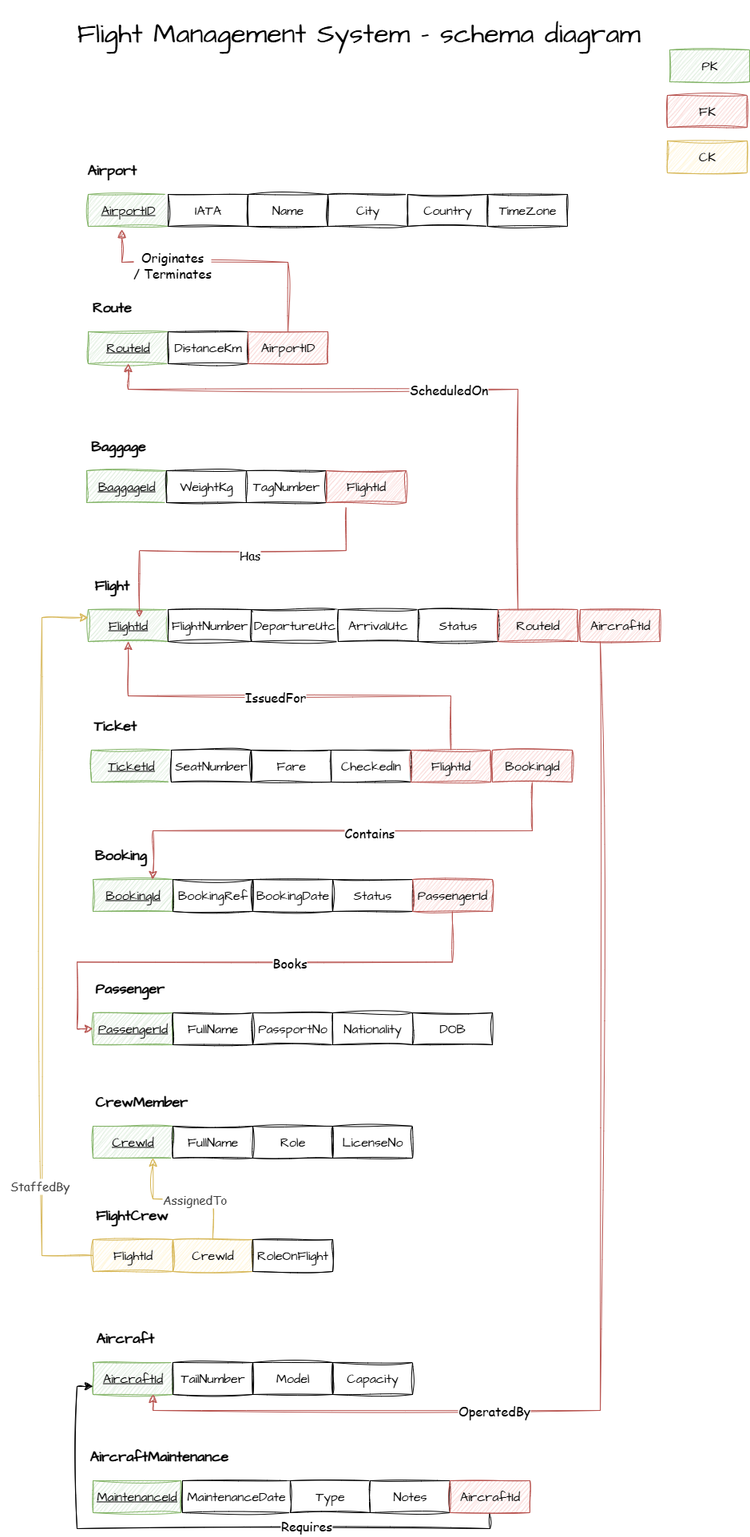
The draw.io diagram Image/FMS-SchemaDiagram.png in MathlaALw/FlightManagementCompany, before a commit. Source tidied: cells renumbered, new cells last; positions are measured from the earlier drawing's top-left corner, leaving out a move shared by most shapes.
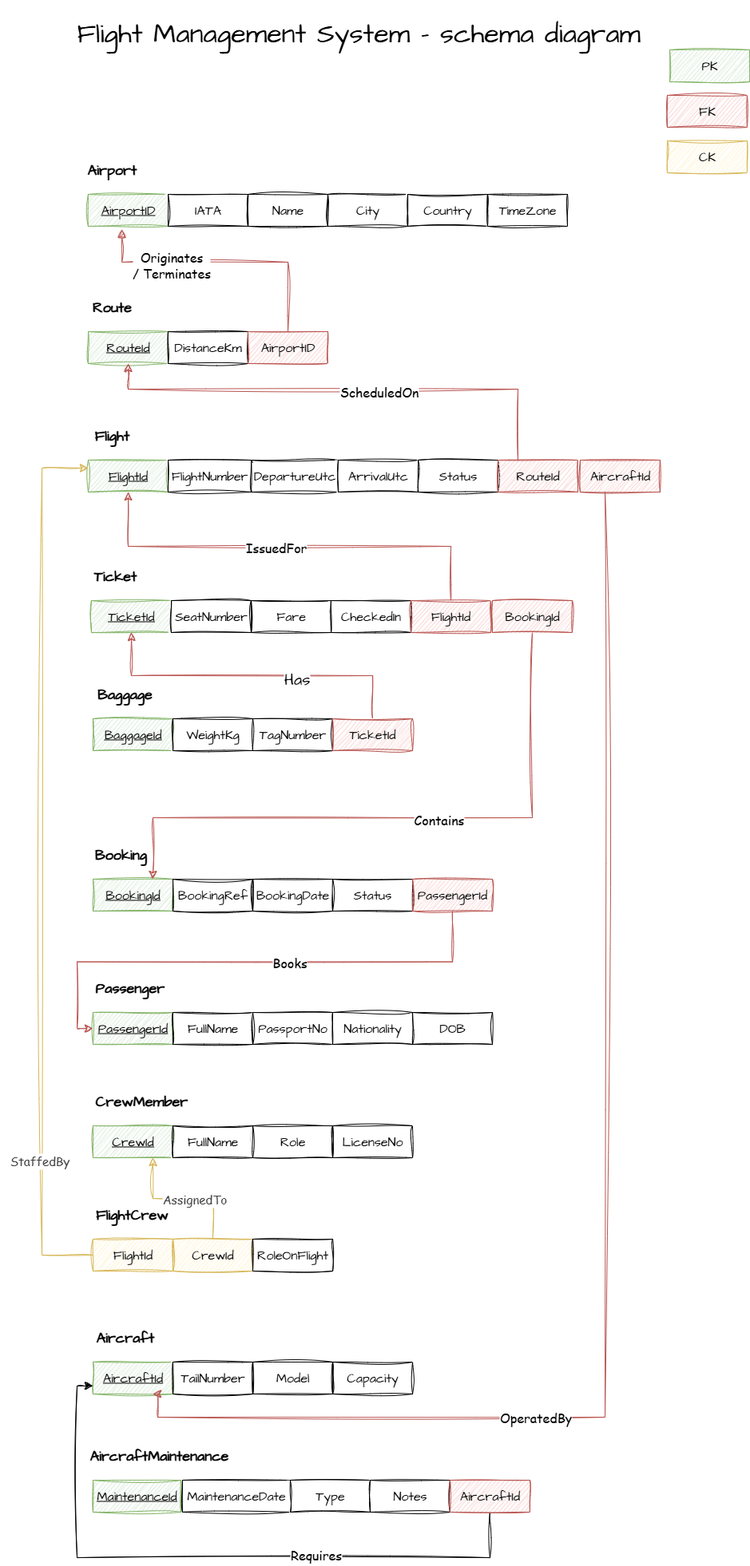
After the commit.

What changed in the source:
```diff
@@ -63,22 +63,22 @@
       <mxGeometry x="110" y="369" width="60" height="30" as="geometry" />
     </mxCell>
     <mxCell id="22" value="FlightId" style="whiteSpace=wrap;html=1;align=center;sketch=1;hachureGap=4;jiggle=2;curveFitting=1;fontFamily=Architects Daughter;fontSource=https%3A%2F%2Ffonts.googleapis.com%2Fcss%3Ffamily%3DArchitects%2BDaughter;fontSize=16;fontStyle=4;fillColor=#d5e8d4;strokeColor=#82b366;" parent="1" vertex="1">
-      <mxGeometry x="110" y="763" width="100" height="40" as="geometry" />
+      <mxGeometry x="110" y="576" width="100" height="40" as="geometry" />
     </mxCell>
     <mxCell id="23" value="FlightNumber" style="whiteSpace=wrap;html=1;align=center;sketch=1;hachureGap=4;jiggle=2;curveFitting=1;fontFamily=Architects Daughter;fontSource=https%3A%2F%2Ffonts.googleapis.com%2Fcss%3Ffamily%3DArchitects%2BDaughter;fontSize=16;" parent="1" vertex="1">
-      <mxGeometry x="210" y="763" width="104" height="40" as="geometry" />
+      <mxGeometry x="210" y="576" width="104" height="40" as="geometry" />
     </mxCell>
     <mxCell id="24" value="DepartureUtc" style="whiteSpace=wrap;html=1;align=center;sketch=1;hachureGap=4;jiggle=2;curveFitting=1;fontFamily=Architects Daughter;fontSource=https%3A%2F%2Ffonts.googleapis.com%2Fcss%3Ffamily%3DArchitects%2BDaughter;fontSize=16;" parent="1" vertex="1">
-      <mxGeometry x="314" y="763" width="109" height="40" as="geometry" />
+      <mxGeometry x="314" y="576" width="109" height="40" as="geometry" />
     </mxCell>
     <mxCell id="25" value="ArrivalUtc" style="whiteSpace=wrap;html=1;align=center;sketch=1;hachureGap=4;jiggle=2;curveFitting=1;fontFamily=Architects Daughter;fontSource=https%3A%2F%2Ffonts.googleapis.com%2Fcss%3Ffamily%3DArchitects%2BDaughter;fontSize=16;" parent="1" vertex="1">
-      <mxGeometry x="423" y="763" width="100" height="40" as="geometry" />
+      <mxGeometry x="423" y="576" width="100" height="40" as="geometry" />
     </mxCell>
     <mxCell id="26" value="Status" style="whiteSpace=wrap;html=1;align=center;sketch=1;hachureGap=4;jiggle=2;curveFitting=1;fontFamily=Architects Daughter;fontSource=https%3A%2F%2Ffonts.googleapis.com%2Fcss%3Ffamily%3DArchitects%2BDaughter;fontSize=16;" parent="1" vertex="1">
-      <mxGeometry x="523" y="763" width="100" height="40" as="geometry" />
+      <mxGeometry x="523" y="576" width="100" height="40" as="geometry" />
     </mxCell>
     <mxCell id="27" value="&lt;font style=&quot;font-size: 18px;&quot;&gt;Flight&lt;/font&gt;" style="text;html=1;align=center;verticalAlign=middle;whiteSpace=wrap;rounded=0;fontFamily=Architects Daughter;fontSource=https%3A%2F%2Ffonts.googleapis.com%2Fcss%3Ffamily%3DArchitects%2BDaughter;fontSize=16;fontStyle=1;" parent="1" vertex="1">
-      <mxGeometry x="110" y="717" width="60" height="30" as="geometry" />
+      <mxGeometry x="110" y="530" width="60" height="30" as="geometry" />
     </mxCell>
     <mxCell id="28" value="PassengerId" style="whiteSpace=wrap;html=1;align=center;sketch=1;hachureGap=4;jiggle=2;curveFitting=1;fontFamily=Architects Daughter;fontSource=https%3A%2F%2Ffonts.googleapis.com%2Fcss%3Ffamily%3DArchitects%2BDaughter;fontSize=16;fontStyle=4;fillColor=#d5e8d4;strokeColor=#82b366;" parent="1" vertex="1">
       <mxGeometry x="116" y="1268" width="100" height="40" as="geometry" />
@@ -114,31 +114,31 @@
       <mxGeometry x="116" y="1055" width="70" height="30" as="geometry" />
     </mxCell>
     <mxCell id="39" value="TicketId" style="whiteSpace=wrap;html=1;align=center;sketch=1;hachureGap=4;jiggle=2;curveFitting=1;fontFamily=Architects Daughter;fontSource=https%3A%2F%2Ffonts.googleapis.com%2Fcss%3Ffamily%3DArchitects%2BDaughter;fontSize=16;fontStyle=4;fillColor=#d5e8d4;strokeColor=#82b366;" parent="1" vertex="1">
-      <mxGeometry x="114" y="939" width="100" height="40" as="geometry" />
+      <mxGeometry x="114" y="752" width="100" height="40" as="geometry" />
     </mxCell>
     <mxCell id="40" value="SeatNumber" style="whiteSpace=wrap;html=1;align=center;sketch=1;hachureGap=4;jiggle=2;curveFitting=1;fontFamily=Architects Daughter;fontSource=https%3A%2F%2Ffonts.googleapis.com%2Fcss%3Ffamily%3DArchitects%2BDaughter;fontSize=16;" parent="1" vertex="1">
-      <mxGeometry x="214" y="939" width="100" height="40" as="geometry" />
+      <mxGeometry x="214" y="752" width="100" height="40" as="geometry" />
     </mxCell>
     <mxCell id="41" value="Fare" style="whiteSpace=wrap;html=1;align=center;sketch=1;hachureGap=4;jiggle=2;curveFitting=1;fontFamily=Architects Daughter;fontSource=https%3A%2F%2Ffonts.googleapis.com%2Fcss%3Ffamily%3DArchitects%2BDaughter;fontSize=16;" parent="1" vertex="1">
-      <mxGeometry x="314" y="939" width="100" height="40" as="geometry" />
+      <mxGeometry x="314" y="752" width="100" height="40" as="geometry" />
     </mxCell>
     <mxCell id="42" value="CheckedIn" style="whiteSpace=wrap;html=1;align=center;sketch=1;hachureGap=4;jiggle=2;curveFitting=1;fontFamily=Architects Daughter;fontSource=https%3A%2F%2Ffonts.googleapis.com%2Fcss%3Ffamily%3DArchitects%2BDaughter;fontSize=16;" parent="1" vertex="1">
-      <mxGeometry x="414" y="939" width="100" height="40" as="geometry" />
+      <mxGeometry x="414" y="752" width="100" height="40" as="geometry" />
     </mxCell>
     <mxCell id="43" value="&lt;font style=&quot;font-size: 18px;&quot;&gt;Ticket&lt;/font&gt;" style="text;html=1;align=center;verticalAlign=middle;whiteSpace=wrap;rounded=0;fontFamily=Architects Daughter;fontSource=https%3A%2F%2Ffonts.googleapis.com%2Fcss%3Ffamily%3DArchitects%2BDaughter;fontSize=16;fontStyle=1;" parent="1" vertex="1">
-      <mxGeometry x="114" y="893" width="60" height="30" as="geometry" />
+      <mxGeometry x="114" y="706" width="60" height="30" as="geometry" />
     </mxCell>
     <mxCell id="44" value="BaggageId" style="whiteSpace=wrap;html=1;align=center;sketch=1;hachureGap=4;jiggle=2;curveFitting=1;fontFamily=Architects Daughter;fontSource=https%3A%2F%2Ffonts.googleapis.com%2Fcss%3Ffamily%3DArchitects%2BDaughter;fontSize=16;fontStyle=4;fillColor=#d5e8d4;strokeColor=#82b366;" parent="1" vertex="1">
-      <mxGeometry x="108" y="589" width="100" height="40" as="geometry" />
+      <mxGeometry x="116" y="900" width="100" height="40" as="geometry" />
     </mxCell>
     <mxCell id="45" value="WeightKg" style="whiteSpace=wrap;html=1;align=center;sketch=1;hachureGap=4;jiggle=2;curveFitting=1;fontFamily=Architects Daughter;fontSource=https%3A%2F%2Ffonts.googleapis.com%2Fcss%3Ffamily%3DArchitects%2BDaughter;fontSize=16;" parent="1" vertex="1">
-      <mxGeometry x="208" y="589" width="100" height="40" as="geometry" />
+      <mxGeometry x="216" y="900" width="100" height="40" as="geometry" />
     </mxCell>
     <mxCell id="46" value="TagNumber" style="whiteSpace=wrap;html=1;align=center;sketch=1;hachureGap=4;jiggle=2;curveFitting=1;fontFamily=Architects Daughter;fontSource=https%3A%2F%2Ffonts.googleapis.com%2Fcss%3Ffamily%3DArchitects%2BDaughter;fontSize=16;" parent="1" vertex="1">
-      <mxGeometry x="308" y="589" width="100" height="40" as="geometry" />
+      <mxGeometry x="316" y="900" width="100" height="40" as="geometry" />
     </mxCell>
     <mxCell id="47" value="&lt;font style=&quot;font-size: 18px;&quot;&gt;Baggage&lt;/font&gt;" style="text;html=1;align=center;verticalAlign=middle;whiteSpace=wrap;rounded=0;fontFamily=Architects Daughter;fontSource=https%3A%2F%2Ffonts.googleapis.com%2Fcss%3Ffamily%3DArchitects%2BDaughter;fontSize=16;fontStyle=1;" parent="1" vertex="1">
-      <mxGeometry x="108" y="543" width="80" height="30" as="geometry" />
+      <mxGeometry x="116" y="854" width="80" height="30" as="geometry" />
     </mxCell>
     <mxCell id="48" value="MaintenanceId" style="whiteSpace=wrap;html=1;align=center;sketch=1;hachureGap=4;jiggle=2;curveFitting=1;fontFamily=Architects Daughter;fontSource=https%3A%2F%2Ffonts.googleapis.com%2Fcss%3Ffamily%3DArchitects%2BDaughter;fontSize=16;fontStyle=4;fillColor=#d5e8d4;strokeColor=#82b366;" parent="1" vertex="1">
       <mxGeometry x="116" y="1854" width="110" height="40" as="geometry" />
@@ -159,7 +159,7 @@
       <mxGeometry relative="1" as="geometry">
         <Array as="points">
           <mxPoint x="52" y="1572" />
-          <mxPoint x="52" y="773" />
+          <mxPoint x="52" y="586" />
         </Array>
       </mxGeometry>
     </mxCell>
@@ -206,14 +206,21 @@
     </mxCell>
     <mxCell id="66" value="&lt;span style=&quot;font-size: 16px; text-wrap-mode: wrap;&quot;&gt;ScheduledOn&lt;/span&gt;" style="edgeLabel;html=1;align=center;verticalAlign=middle;fontSize=12;sketch=1;hachureGap=4;jiggle=2;curveFitting=1;fontFamily=Comic Sans MS;labelBackgroundColor=default;" parent="65" vertex="1">
       <mxGeometry x="-0.49" y="3" relative="1" as="geometry">
-        <mxPoint x="-85" y="-72" as="offset" />
+        <mxPoint x="-108" y="-1" as="offset" />
       </mxGeometry>
     </mxCell>
     <mxCell id="67" value="RouteId" style="whiteSpace=wrap;html=1;align=center;sketch=1;hachureGap=4;jiggle=2;curveFitting=1;fontFamily=Architects Daughter;fontSource=https%3A%2F%2Ffonts.googleapis.com%2Fcss%3Ffamily%3DArchitects%2BDaughter;fontSize=16;fontStyle=0;fillColor=#f8cecc;strokeColor=#b85450;" parent="1" vertex="1">
-      <mxGeometry x="623" y="763" width="100" height="40" as="geometry" />
+      <mxGeometry x="623" y="576" width="100" height="40" as="geometry" />
     </mxCell>
-    <mxCell id="68" style="edgeStyle=orthogonalEdgeStyle;rounded=0;sketch=1;hachureGap=4;jiggle=2;curveFitting=1;jettySize=auto;html=1;exitX=0.25;exitY=1;exitDx=0;exitDy=0;entryX=0.75;entryY=1;entryDx=0;entryDy=0;fontFamily=Architects Daughter;fontSource=https%3A%2F%2Ffonts.googleapis.com%2Fcss%3Ffamily%3DArchitects%2BDaughter;fontSize=12;startSize=8;endSize=8;fillColor=#f8cecc;strokeColor=#b85450;" parent="1" edge="1" source="70" target="9">
-      <mxGeometry relative="1" as="geometry" />
+    <mxCell id="68" style="edgeStyle=orthogonalEdgeStyle;rounded=0;sketch=1;hachureGap=4;jiggle=2;curveFitting=1;jettySize=auto;html=1;exitX=0.25;exitY=1;exitDx=0;exitDy=0;fontFamily=Architects Daughter;fontSource=https%3A%2F%2Ffonts.googleapis.com%2Fcss%3Ffamily%3DArchitects%2BDaughter;fontSize=12;startSize=8;endSize=8;fillColor=#f8cecc;strokeColor=#b85450;entryX=0.75;entryY=1;entryDx=0;entryDy=0;" parent="1" edge="1" target="9">
+      <mxGeometry relative="1" as="geometry">
+        <mxPoint x="757" y="616" as="sourcePoint" />
+        <Array as="points">
+          <mxPoint x="757" y="1775" />
+          <mxPoint x="197" y="1775" />
+          <mxPoint x="197" y="1746" />
+        </Array>
+      </mxGeometry>
     </mxCell>
     <mxCell id="69" value="&lt;span style=&quot;font-size: 16px; text-wrap-mode: wrap;&quot;&gt;OperatedBy&lt;/span&gt;" style="edgeLabel;html=1;align=center;verticalAlign=middle;fontSize=12;sketch=1;hachureGap=4;jiggle=2;curveFitting=1;fontFamily=Comic Sans MS;" parent="68" vertex="1">
       <mxGeometry x="0.42" y="5" relative="1" as="geometry">
@@ -221,7 +228,7 @@
       </mxGeometry>
     </mxCell>
     <mxCell id="70" value="AircraftId" style="whiteSpace=wrap;html=1;align=center;sketch=1;hachureGap=4;jiggle=2;curveFitting=1;fontFamily=Architects Daughter;fontSource=https%3A%2F%2Ffonts.googleapis.com%2Fcss%3Ffamily%3DArchitects%2BDaughter;fontSize=16;fontStyle=0;fillColor=#f8cecc;strokeColor=#b85450;" parent="1" vertex="1">
-      <mxGeometry x="726" y="763" width="100" height="40" as="geometry" />
+      <mxGeometry x="726" y="576" width="100" height="40" as="geometry" />
     </mxCell>
     <mxCell id="71" style="edgeStyle=orthogonalEdgeStyle;rounded=0;sketch=1;hachureGap=4;jiggle=2;curveFitting=1;jettySize=auto;html=1;exitX=0.5;exitY=0;exitDx=0;exitDy=0;entryX=0.5;entryY=1;entryDx=0;entryDy=0;fontFamily=Architects Daughter;fontSource=https%3A%2F%2Ffonts.googleapis.com%2Fcss%3Ffamily%3DArchitects%2BDaughter;fontSize=12;startSize=8;endSize=8;fillColor=#f8cecc;strokeColor=#b85450;" parent="1" edge="1" source="73" target="22">
       <mxGeometry relative="1" as="geometry" />
@@ -232,25 +239,42 @@
       </mxGeometry>
     </mxCell>
     <mxCell id="73" value="FlightId" style="whiteSpace=wrap;html=1;align=center;sketch=1;hachureGap=4;jiggle=2;curveFitting=1;fontFamily=Architects Daughter;fontSource=https%3A%2F%2Ffonts.googleapis.com%2Fcss%3Ffamily%3DArchitects%2BDaughter;fontSize=16;fontStyle=0;fillColor=#f8cecc;strokeColor=#b85450;" parent="1" vertex="1">
-      <mxGeometry x="514" y="939" width="100" height="40" as="geometry" />
+      <mxGeometry x="514" y="752" width="100" height="40" as="geometry" />
     </mxCell>
+    <mxCell id="89" style="rounded=0;sketch=1;hachureGap=4;jiggle=2;curveFitting=1;jettySize=auto;html=1;exitX=0.5;exitY=0;exitDx=0;exitDy=0;entryX=0.5;entryY=1;entryDx=0;entryDy=0;fontFamily=Architects Daughter;fontSource=https%3A%2F%2Ffonts.googleapis.com%2Fcss%3Ffamily%3DArchitects%2BDaughter;fontSize=12;startSize=8;endSize=8;fillColor=#f8cecc;strokeColor=#b85450;edgeStyle=orthogonalEdgeStyle;" parent="1" edge="1" source="74" target="39">
+      <mxGeometry relative="1" as="geometry" />
+    </mxCell>
+    <mxCell id="85" value="Has" style="edgeLabel;html=1;align=center;verticalAlign=middle;fontSize=20;sketch=1;hachureGap=4;jiggle=2;curveFitting=1;fontFamily=Architects Daughter;fontSource=https%3A%2F%2Ffonts.googleapis.com%2Fcss%3Ffamily%3DArchitects%2BDaughter;" parent="89" vertex="1">
+      <mxGeometry x="-0.27" y="3" relative="1" as="geometry" />
+    </mxCell>
-    <mxCell id="74" value="FlightId" style="whiteSpace=wrap;html=1;align=center;sketch=1;hachureGap=4;jiggle=2;curveFitting=1;fontFamily=Architects Daughter;fontSource=https%3A%2F%2Ffonts.googleapis.com%2Fcss%3Ffamily%3DArchitects%2BDaughter;fontSize=16;fontStyle=0;fillColor=#f8cecc;strokeColor=#b85450;" parent="1" vertex="1">
-      <mxGeometry x="408" y="589" width="100" height="40" as="geometry" />
+    <mxCell id="74" value="&lt;span style=&quot;&quot;&gt;TicketId&lt;/span&gt;" style="whiteSpace=wrap;html=1;align=center;sketch=1;hachureGap=4;jiggle=2;curveFitting=1;fontFamily=Architects Daughter;fontSource=https%3A%2F%2Ffonts.googleapis.com%2Fcss%3Ffamily%3DArchitects%2BDaughter;fontSize=16;fontStyle=0;fillColor=#f8cecc;strokeColor=#b85450;" parent="1" vertex="1">
+      <mxGeometry x="416" y="900" width="100" height="40" as="geometry" />
     </mxCell>
     <mxCell id="75" value="PassengerId" style="whiteSpace=wrap;html=1;align=center;sketch=1;hachureGap=4;jiggle=2;curveFitting=1;fontFamily=Architects Daughter;fontSource=https%3A%2F%2Ffonts.googleapis.com%2Fcss%3Ffamily%3DArchitects%2BDaughter;fontSize=16;fontStyle=0;fillColor=#f8cecc;strokeColor=#b85450;" parent="1" vertex="1">
       <mxGeometry x="516" y="1101" width="100" height="40" as="geometry" />
     </mxCell>
     <mxCell id="76" style="edgeStyle=orthogonalEdgeStyle;rounded=0;sketch=1;hachureGap=4;jiggle=2;curveFitting=1;jettySize=auto;html=1;exitX=0.5;exitY=1;exitDx=0;exitDy=0;entryX=0.75;entryY=0;entryDx=0;entryDy=0;fontFamily=Architects Daughter;fontSource=https%3A%2F%2Ffonts.googleapis.com%2Fcss%3Ffamily%3DArchitects%2BDaughter;fontSize=12;startSize=8;endSize=8;fillColor=#f8cecc;strokeColor=#b85450;" parent="1" edge="1" source="78" target="34">
-      <mxGeometry relative="1" as="geometry" />
+      <mxGeometry relative="1" as="geometry">
+        <Array as="points">
+          <mxPoint x="666" y="1024" />
+          <mxPoint x="191" y="1024" />
+        </Array>
+      </mxGeometry>
     </mxCell>
     <mxCell id="77" value="&lt;span style=&quot;font-size: 16px; text-wrap-mode: wrap;&quot;&gt;Contains&lt;/span&gt;" style="edgeLabel;html=1;align=center;verticalAlign=middle;fontSize=12;sketch=1;hachureGap=4;jiggle=2;curveFitting=1;fontFamily=Comic Sans MS;labelBackgroundColor=default;" parent="76" vertex="1">
       <mxGeometry x="-0.11" y="1" relative="1" as="geometry" />
     </mxCell>
     <mxCell id="78" value="BookingId" style="whiteSpace=wrap;html=1;align=center;sketch=1;hachureGap=4;jiggle=2;curveFitting=1;fontFamily=Architects Daughter;fontSource=https%3A%2F%2Ffonts.googleapis.com%2Fcss%3Ffamily%3DArchitects%2BDaughter;fontSize=16;fontStyle=0;fillColor=#f8cecc;strokeColor=#b85450;" parent="1" vertex="1">
-      <mxGeometry x="616" y="939" width="100" height="40" as="geometry" />
+      <mxGeometry x="616" y="752" width="100" height="40" as="geometry" />
     </mxCell>
     <mxCell id="79" style="edgeStyle=orthogonalEdgeStyle;rounded=0;sketch=1;hachureGap=4;jiggle=2;curveFitting=1;jettySize=auto;html=1;exitX=0.5;exitY=1;exitDx=0;exitDy=0;entryX=0;entryY=0.75;entryDx=0;entryDy=0;fontFamily=Architects Daughter;fontSource=https%3A%2F%2Ffonts.googleapis.com%2Fcss%3Ffamily%3DArchitects%2BDaughter;fontSize=12;startSize=8;endSize=8;" parent="1" edge="1" source="81" target="9">
-      <mxGeometry relative="1" as="geometry" />
+      <mxGeometry relative="1" as="geometry">
+        <Array as="points">
+          <mxPoint x="613" y="1951" />
+          <mxPoint x="96" y="1951" />
+          <mxPoint x="96" y="1736" />
+        </Array>
+      </mxGeometry>
     </mxCell>
     <mxCell id="80" value="&lt;span style=&quot;font-size: 16px; text-wrap-mode: wrap;&quot;&gt;&lt;font face=&quot;Comic Sans MS&quot;&gt;Requires&lt;/font&gt;&lt;/span&gt;" style="edgeLabel;html=1;align=center;verticalAlign=middle;fontSize=12;sketch=1;hachureGap=4;jiggle=2;curveFitting=1;fontFamily=Architects Daughter;fontSource=https%3A%2F%2Ffonts.googleapis.com%2Fcss%3Ffamily%3DArchitects%2BDaughter;" parent="79" vertex="1">
       <mxGeometry x="-0.32" y="-4" relative="1" as="geometry" />
@@ -269,19 +293,6 @@
     <mxCell id="83" value="&lt;span style=&quot;font-size: 16px; text-wrap-mode: wrap;&quot;&gt;Originates /&amp;nbsp;&lt;/span&gt;&lt;span style=&quot;font-size: 16px; text-wrap-mode: wrap;&quot;&gt;Terminates&lt;/span&gt;" style="edgeLabel;html=1;align=center;verticalAlign=middle;fontSize=12;sketch=1;hachureGap=4;jiggle=2;curveFitting=1;fontFamily=Comic Sans MS;fontColor=default;" parent="82" vertex="1">
       <mxGeometry x="-0.39" y="-2" relative="1" as="geometry" />
     </mxCell>
-    <mxCell id="84" style="endArrow=none;html=1;rounded=0;sketch=1;hachureGap=4;jiggle=2;curveFitting=1;fontFamily=Architects Daughter;fontSource=https%3A%2F%2Ffonts.googleapis.com%2Fcss%3Ffamily%3DArchitects%2BDaughter;fontSize=12;entryX=0.25;entryY=1;entryDx=0;entryDy=0;exitX=0.642;exitY=0.093;exitDx=0;exitDy=0;exitPerimeter=0;edgeStyle=orthogonalEdgeStyle;startArrow=block;startFill=1;fillColor=#f8cecc;strokeColor=#b85450;" parent="1" edge="1">
-      <mxGeometry relative="1" as="geometry">
-        <mxPoint x="174" y="772.7" as="sourcePoint" />
-        <mxPoint x="432.8" y="635" as="targetPoint" />
-        <Array as="points">
-          <mxPoint x="173.8" y="689" />
-          <mxPoint x="432.8" y="689" />
-        </Array>
-      </mxGeometry>
-    </mxCell>
-    <mxCell id="85" value="Has" style="edgeLabel;html=1;align=center;verticalAlign=middle;fontSize=15;sketch=1;hachureGap=4;jiggle=2;curveFitting=1;fontFamily=Comic Sans MS;" parent="84" vertex="1">
-      <mxGeometry x="0.12" y="-4" relative="1" as="geometry" />
-    </mxCell>
     <mxCell id="86" style="edgeStyle=orthogonalEdgeStyle;rounded=0;sketch=1;hachureGap=4;jiggle=2;curveFitting=1;jettySize=auto;html=1;exitX=0.5;exitY=1;exitDx=0;exitDy=0;entryX=0;entryY=0.5;entryDx=0;entryDy=0;fontFamily=Architects Daughter;fontSource=https%3A%2F%2Ffonts.googleapis.com%2Fcss%3Ffamily%3DArchitects%2BDaughter;fontSize=12;startSize=8;endSize=8;fillColor=#f8cecc;strokeColor=#b85450;" parent="1" edge="1" source="75" target="28">
       <mxGeometry relative="1" as="geometry" />
     </mxCell>
```
